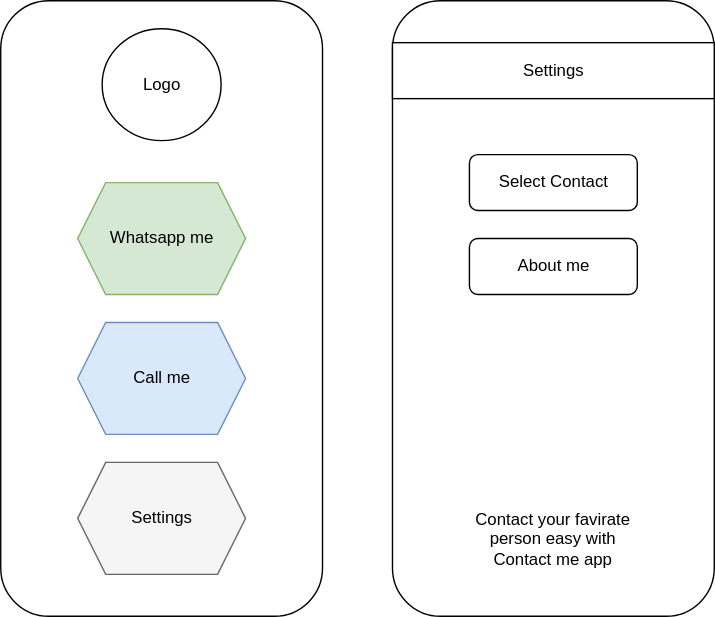
This is schema.drawio.svg from eaf-microservice/private-contact, a draw.io export, as it was before one commit. Source tidied: cells renumbered, new cells last; positions are measured from the earlier drawing's top-left corner, leaving out a move shared by most shapes.
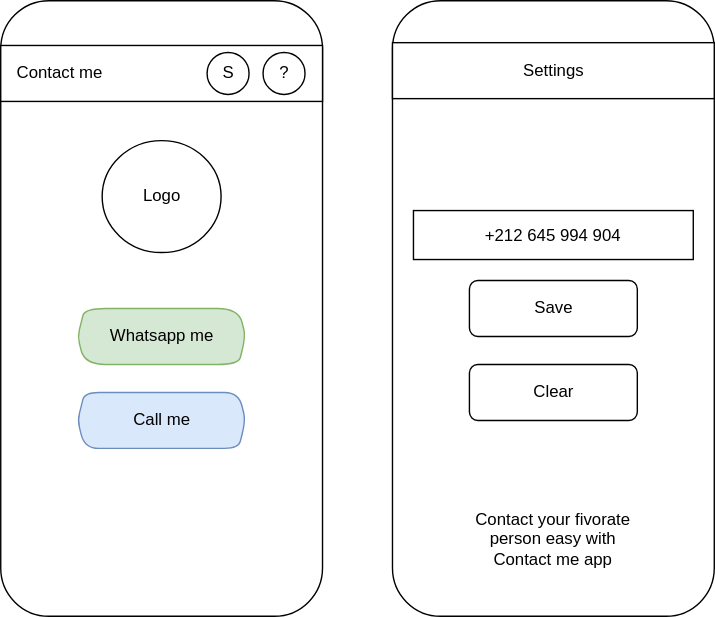
After the commit.

Diff of the diagram source:
```diff
@@ -5,53 +5,62 @@
     <mxCell id="2" style="rounded=1;whiteSpace=wrap;html=1;" parent="1" vertex="1">
       <mxGeometry width="230" height="440" as="geometry" />
     </mxCell>
-    <mxCell id="3" style="shape=hexagon;perimeter=hexagonPerimeter2;whiteSpace=wrap;html=1;fixedSize=1;fillColor=#d5e8d4;strokeColor=#82b366;" parent="1" vertex="1">
-      <mxGeometry x="55" y="130" width="120" height="80" as="geometry" />
+    <mxCell id="3" style="shape=hexagon;perimeter=hexagonPerimeter2;whiteSpace=wrap;html=1;fixedSize=1;fillColor=#d5e8d4;strokeColor=#82b366;size=5;rounded=1;arcSize=30;" parent="1" vertex="1">
+      <mxGeometry x="55" y="220" width="120" height="40" as="geometry" />
     </mxCell>
-    <mxCell id="4" style="shape=hexagon;perimeter=hexagonPerimeter2;whiteSpace=wrap;html=1;fixedSize=1;fillColor=#dae8fc;strokeColor=#6c8ebf;" parent="1" vertex="1">
-      <mxGeometry x="55" y="230" width="120" height="80" as="geometry" />
+    <mxCell id="4" style="shape=hexagon;perimeter=hexagonPerimeter2;whiteSpace=wrap;html=1;fixedSize=1;fillColor=#dae8fc;strokeColor=#6c8ebf;rounded=1;size=5;" parent="1" vertex="1">
+      <mxGeometry x="55" y="280" width="120" height="40" as="geometry" />
     </mxCell>
-    <mxCell id="5" style="shape=hexagon;perimeter=hexagonPerimeter2;whiteSpace=wrap;html=1;fixedSize=1;fillColor=#f5f5f5;fontColor=#333333;strokeColor=#666666;" parent="1" vertex="1">
-      <mxGeometry x="55" y="330" width="120" height="80" as="geometry" />
-    </mxCell>
     <mxCell id="6" value="Whatsapp me" style="text;html=1;align=center;verticalAlign=middle;whiteSpace=wrap;rounded=0;" parent="1" vertex="1">
-      <mxGeometry x="72.5" y="155" width="85" height="30" as="geometry" />
+      <mxGeometry x="72.5" y="225" width="85" height="30" as="geometry" />
     </mxCell>
     <mxCell id="7" value="Call me" style="text;html=1;align=center;verticalAlign=middle;whiteSpace=wrap;rounded=0;" parent="1" vertex="1">
-      <mxGeometry x="72.5" y="255" width="85" height="30" as="geometry" />
+      <mxGeometry x="72.5" y="285" width="85" height="30" as="geometry" />
     </mxCell>
-    <mxCell id="8" value="Settings" style="text;html=1;align=center;verticalAlign=middle;whiteSpace=wrap;rounded=0;" parent="1" vertex="1">
-      <mxGeometry x="72.5" y="355" width="85" height="30" as="geometry" />
-    </mxCell>
     <mxCell id="9" style="rounded=1;whiteSpace=wrap;html=1;" parent="1" vertex="1">
       <mxGeometry x="280" width="230" height="440" as="geometry" />
     </mxCell>
     <mxCell id="10" style="rounded=1;whiteSpace=wrap;html=1;" parent="1" vertex="1">
-      <mxGeometry x="335" y="110" width="120" height="40" as="geometry" />
+      <mxGeometry x="335" y="200" width="120" height="40" as="geometry" />
     </mxCell>
     <mxCell id="11" style="rounded=0;whiteSpace=wrap;html=1;" parent="1" vertex="1">
       <mxGeometry x="280" y="30" width="230" height="40" as="geometry" />
     </mxCell>
-    <mxCell id="12" value="Select Contact" style="text;html=1;align=center;verticalAlign=middle;whiteSpace=wrap;rounded=0;" parent="1" vertex="1">
-      <mxGeometry x="352.5" y="115" width="85" height="30" as="geometry" />
+    <mxCell id="12" value="Save" style="text;html=1;align=center;verticalAlign=middle;whiteSpace=wrap;rounded=0;" parent="1" vertex="1">
+      <mxGeometry x="352.5" y="205" width="85" height="30" as="geometry" />
     </mxCell>
     <mxCell id="13" value="Settings" style="text;html=1;align=center;verticalAlign=middle;whiteSpace=wrap;rounded=0;" parent="1" vertex="1">
       <mxGeometry x="352.5" y="35" width="85" height="30" as="geometry" />
     </mxCell>
     <mxCell id="14" style="rounded=1;whiteSpace=wrap;html=1;" parent="1" vertex="1">
-      <mxGeometry x="335" y="170" width="120" height="40" as="geometry" />
+      <mxGeometry x="335" y="260" width="120" height="40" as="geometry" />
     </mxCell>
-    <mxCell id="15" value="About me" style="text;html=1;align=center;verticalAlign=middle;whiteSpace=wrap;rounded=0;" parent="1" vertex="1">
-      <mxGeometry x="352.5" y="175" width="85" height="30" as="geometry" />
+    <mxCell id="15" value="Clear" style="text;html=1;align=center;verticalAlign=middle;whiteSpace=wrap;rounded=0;" parent="1" vertex="1">
+      <mxGeometry x="352.5" y="265" width="85" height="30" as="geometry" />
     </mxCell>
     <mxCell id="16" style="ellipse;whiteSpace=wrap;html=1;" parent="1" vertex="1">
-      <mxGeometry x="72.5" y="20" width="85" height="80" as="geometry" />
+      <mxGeometry x="72.5" y="100" width="85" height="80" as="geometry" />
     </mxCell>
     <mxCell id="17" value="Logo" style="text;html=1;align=center;verticalAlign=middle;whiteSpace=wrap;rounded=0;" parent="1" vertex="1">
-      <mxGeometry x="72.5" y="45" width="85" height="30" as="geometry" />
+      <mxGeometry x="72.5" y="125" width="85" height="30" as="geometry" />
     </mxCell>
-    <mxCell id="18" value="Contact your favirate person easy with Contact me app" style="text;html=1;align=center;verticalAlign=middle;whiteSpace=wrap;rounded=0;" parent="1" vertex="1">
+    <mxCell id="18" value="Contact your fivorate person easy with Contact me app" style="text;html=1;align=center;verticalAlign=middle;whiteSpace=wrap;rounded=0;" parent="1" vertex="1">
       <mxGeometry x="336.2" y="360" width="117.5" height="50" as="geometry" />
     </mxCell>
+    <mxCell id="19" style="rounded=0;whiteSpace=wrap;html=1;" parent="1" vertex="1">
+      <mxGeometry y="32" width="230" height="40" as="geometry" />
+    </mxCell>
+    <mxCell id="20" value="Contact me" style="text;html=1;align=center;verticalAlign=middle;whiteSpace=wrap;rounded=0;" parent="1" vertex="1">
+      <mxGeometry y="37" width="85" height="30" as="geometry" />
+    </mxCell>
+    <mxCell id="21" value="S" style="ellipse;whiteSpace=wrap;html=1;" parent="1" vertex="1">
+      <mxGeometry x="147.5" y="37" width="30" height="30" as="geometry" />
+    </mxCell>
+    <mxCell id="22" value="?" style="ellipse;whiteSpace=wrap;html=1;" parent="1" vertex="1">
+      <mxGeometry x="187.5" y="37" width="30" height="30" as="geometry" />
+    </mxCell>
+    <mxCell id="23" value="+212 645 994 904" style="rounded=0;whiteSpace=wrap;html=1;" parent="1" vertex="1">
+      <mxGeometry x="295" y="150" width="200" height="35" as="geometry" />
+    </mxCell>
   </root>
 </mxGraphModel>
```
